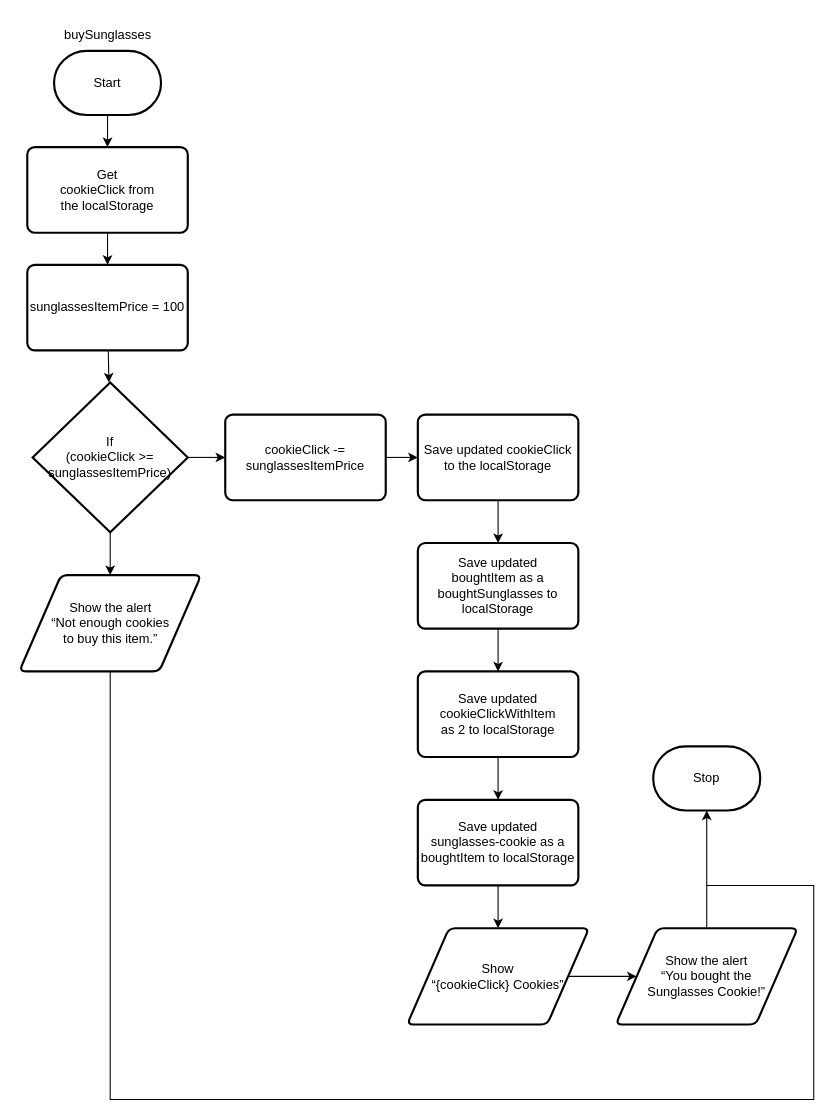
Above: design/flowchart-buySunglasses.drawio in MTHS-ICD2O-1-2024/ICD2O-Final-Project-ain.jeong (draw.io), before the change. Source tidied: cells renumbered, new cells numbered last; positions are measured from the earlier drawing's top-left corner, leaving out a move shared by most shapes. Both pictures are drawn from the tidied source at 107%, with x=0, y=0 at pixel (19, 18).
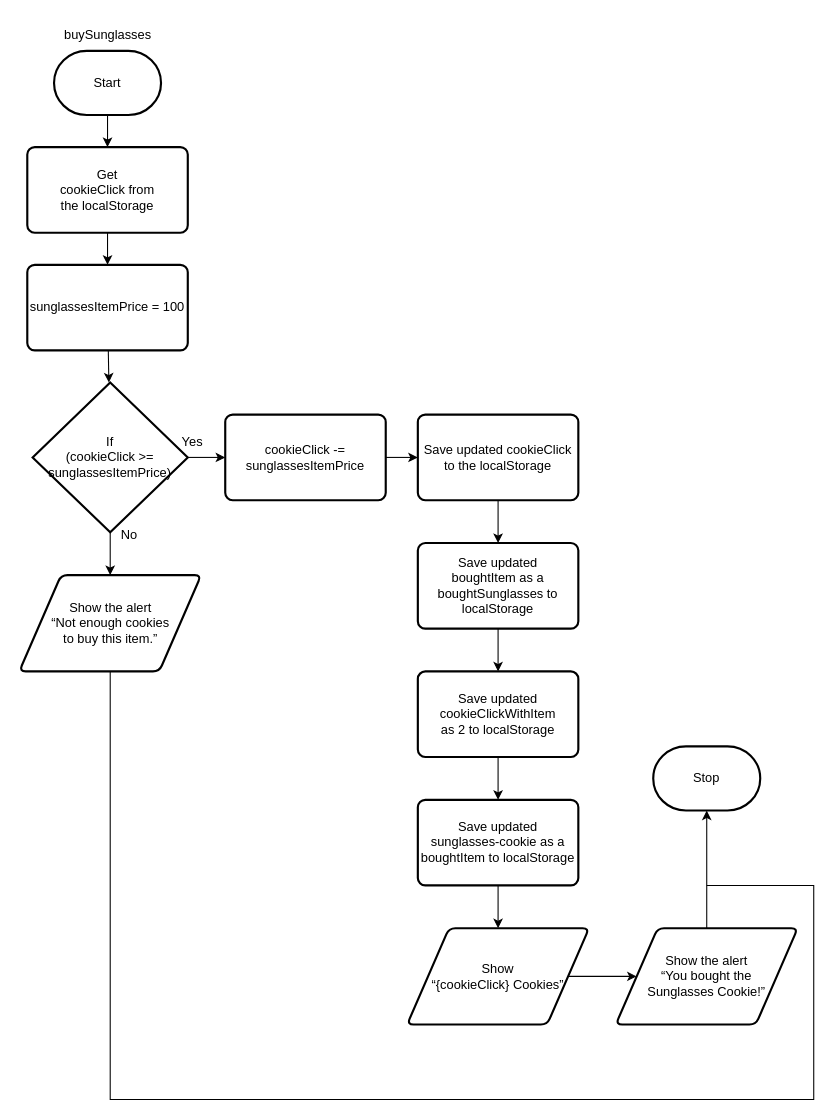
The same diagram, later.

What changed in the source:
```diff
@@
+    <mxCell id="29" value="Yes" style="text;html=1;align=center;verticalAlign=middle;strokeColor=none;fillColor=none;" parent="1" vertex="1">
+      <mxGeometry x="141" y="381" width="40" height="30" as="geometry" />
+    </mxCell>
+    <mxCell id="30" value="No" style="text;html=1;align=center;verticalAlign=middle;strokeColor=none;fillColor=none;" parent="1" vertex="1">
+      <mxGeometry x="82" y="468" width="40" height="30" as="geometry" />
+    </mxCell>
```
